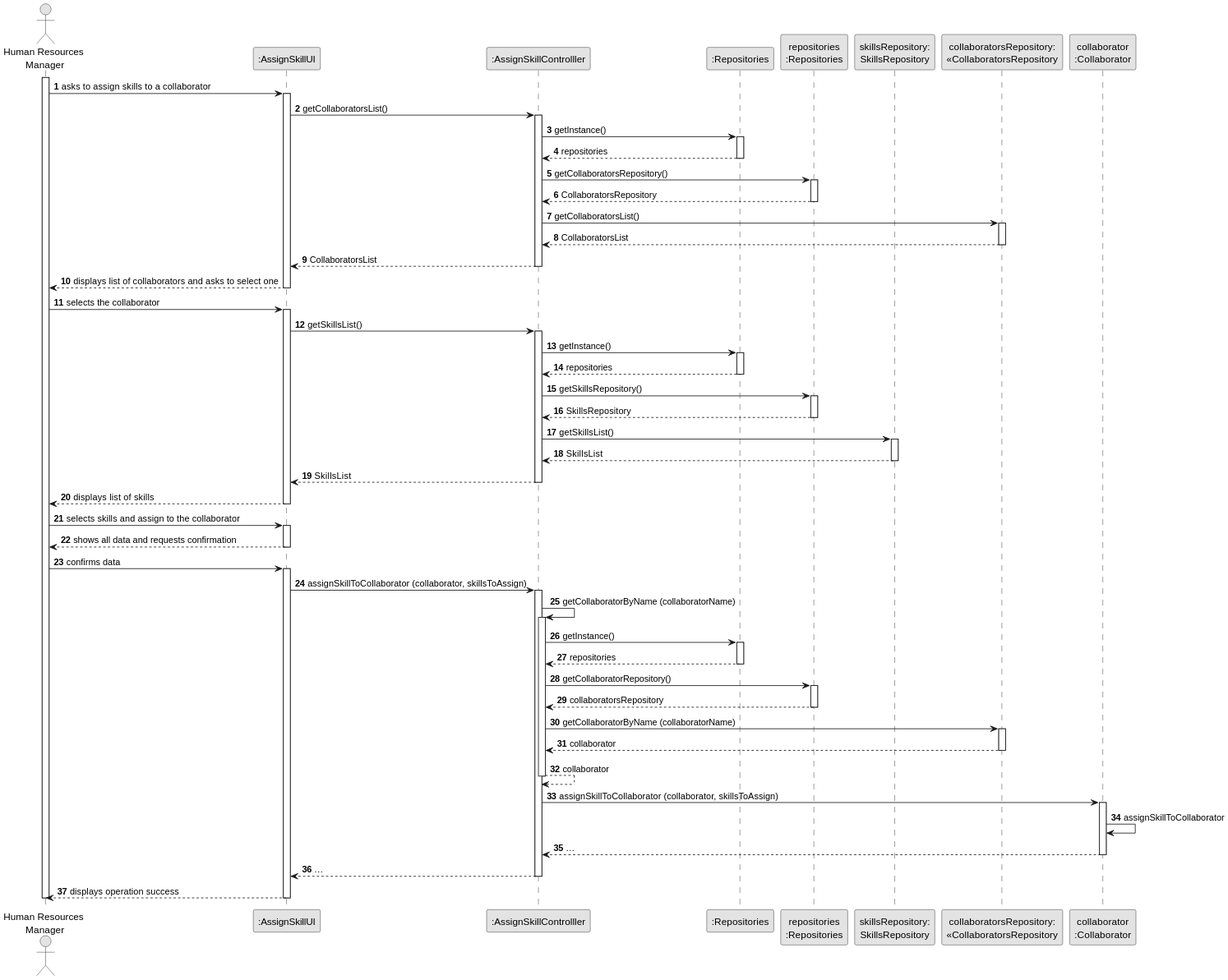
Above: docs/sprintA&B/us004/03.design/svg/us004-sequence-diagram-full.svg in daniel41silva05/ISEP_2023_2024_LAPR2 (PlantUML), before the change.
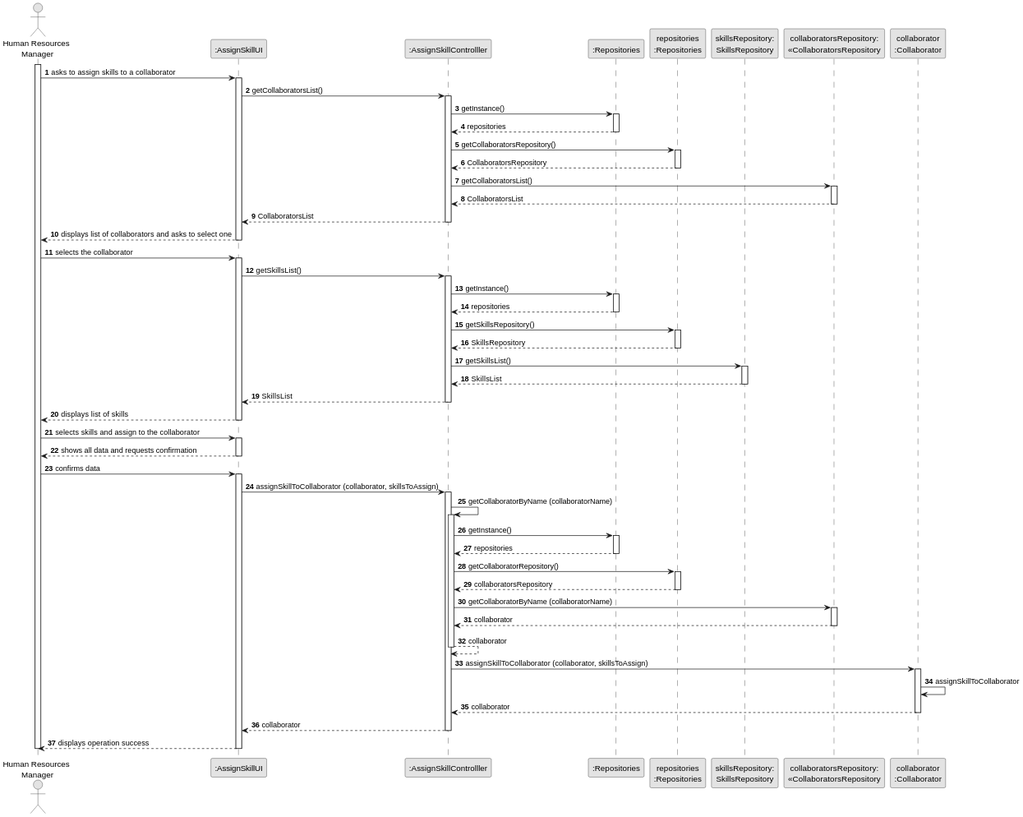
The same file after the commit.

Commit message:
US004 - sequence diagram split

Diff of the diagram source:
```diff
@@ -119,11 +119,11 @@
 
                     COLLABORATOR -> COLLABORATOR : assignSkillToCollaborator
 
-                    COLLABORATOR --> CTRL : ...
+                    COLLABORATOR --> CTRL : collaborator
                     deactivate COLLABORATOR
 
 
-                CTRL --> UI: ...
+                CTRL --> UI: collaborator
                 deactivate CTRL
             UI --> HRM: displays operation success
     deactivate UI
```
